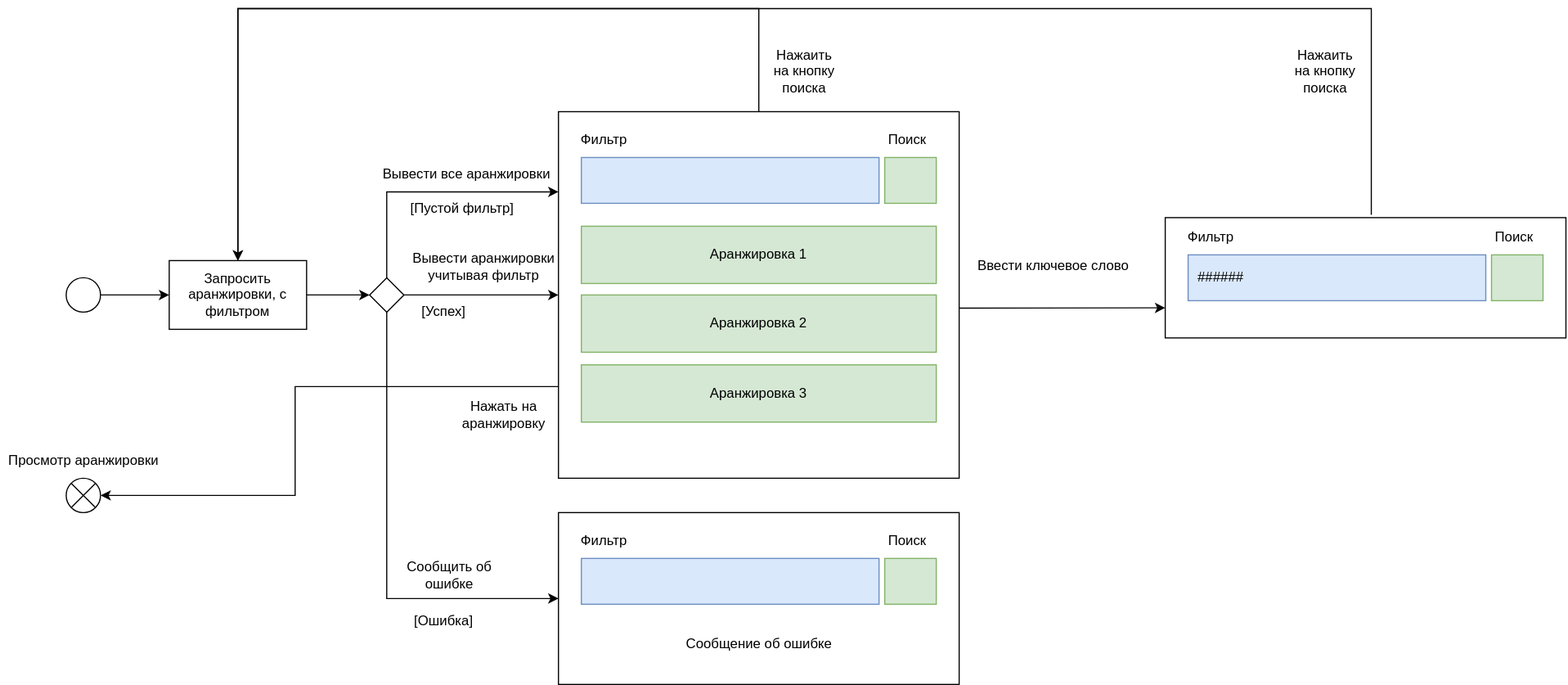
job-modelware-ru/it-2024 keeps this draw.io diagram as team-06/search_ui.drawio.svg. Above is the earlier version. Source tidied: cells renumbered, new cells last; positions are measured from the earlier drawing's top-left corner, leaving out a move shared by most shapes.
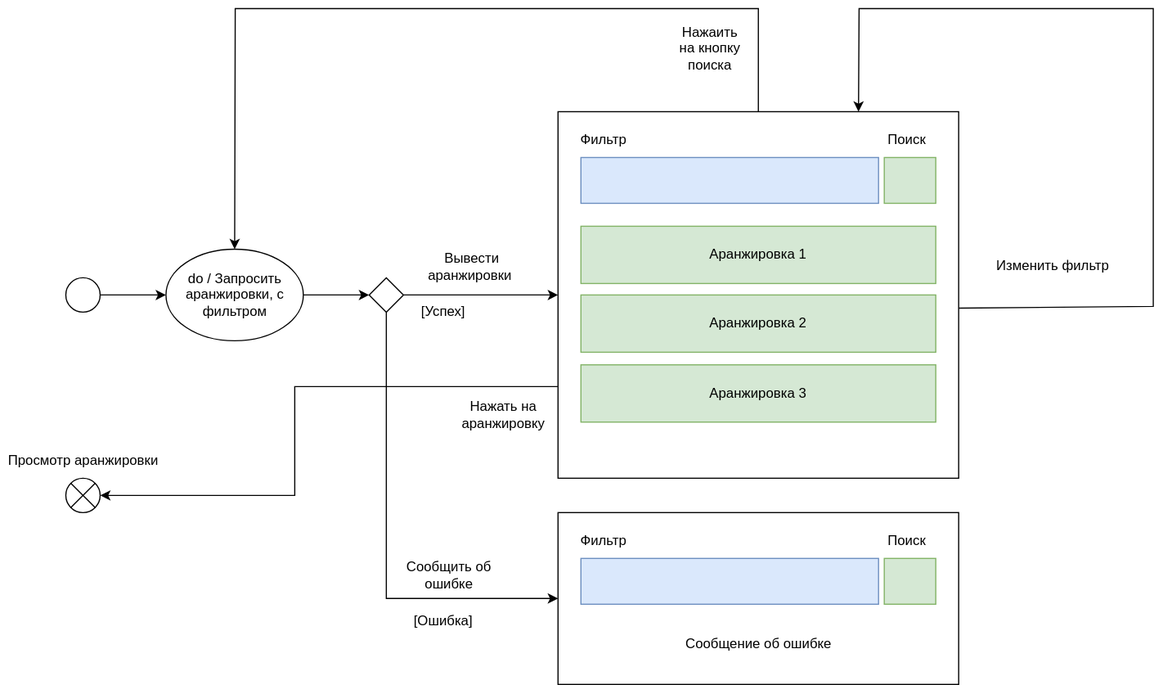
Above is the later version.

Commit message:
team-06: view_arrangement_activity_diagram fix & search_ui fix

What changed in the source:
```diff
@@ -32,8 +32,14 @@
     <mxCell id="11" value="Фильтр" style="text;html=1;align=center;verticalAlign=middle;whiteSpace=wrap;rounded=0;" parent="1" vertex="1">
       <mxGeometry x="498" y="100" width="60" height="30" as="geometry" />
     </mxCell>
-    <mxCell id="12" style="endArrow=classic;html=1;rounded=0;entryX=0;entryY=0.75;entryDx=0;entryDy=0;exitX=1;exitY=0.536;exitDx=0;exitDy=0;exitPerimeter=0;" parent="1" edge="1" source="4" target="36">
-      <mxGeometry relative="1" as="geometry" />
+    <mxCell id="12" style="endArrow=classic;html=1;rounded=0;exitX=1;exitY=0.536;exitDx=0;exitDy=0;exitPerimeter=0;entryX=0.75;entryY=0;entryDx=0;entryDy=0;" parent="1" edge="1" source="4" target="4">
+      <mxGeometry relative="1" as="geometry">
+        <Array as="points">
+          <mxPoint x="1008" y="260" />
+          <mxPoint x="1008" />
+          <mxPoint x="751" />
+        </Array>
+      </mxGeometry>
     </mxCell>
     <mxCell id="13" style="rounded=0;whiteSpace=wrap;html=1;fillColor=#dae8fc;strokeColor=#6c8ebf;align=left;" parent="1" vertex="1">
       <mxGeometry x="508" y="480" width="260" height="40" as="geometry" />
@@ -47,29 +53,20 @@
     <mxCell id="16" value="Фильтр" style="text;html=1;align=center;verticalAlign=middle;whiteSpace=wrap;rounded=0;" parent="1" vertex="1">
       <mxGeometry x="498" y="450" width="60" height="30" as="geometry" />
     </mxCell>
-    <mxCell id="17" value="Ввести ключевое слово" style="text;html=1;align=center;verticalAlign=middle;whiteSpace=wrap;rounded=0;" parent="1" vertex="1">
+    <mxCell id="17" value="Изменить фильтр" style="text;html=1;align=center;verticalAlign=middle;whiteSpace=wrap;rounded=0;" parent="1" vertex="1">
       <mxGeometry x="848" y="210" width="145" height="30" as="geometry" />
     </mxCell>
     <mxCell id="18" style="rhombus;whiteSpace=wrap;html=1;" parent="1" vertex="1">
       <mxGeometry x="323" y="235" width="30" height="30" as="geometry" />
     </mxCell>
-    <mxCell id="19" value="Запросить аранжировки, с фильтром" style="rounded=0;whiteSpace=wrap;html=1;" parent="1" vertex="1">
-      <mxGeometry x="148" y="220" width="120" height="60" as="geometry" />
-    </mxCell>
-    <mxCell id="20" style="endArrow=classic;html=1;rounded=0;exitX=1;exitY=0.5;exitDx=0;exitDy=0;entryX=0;entryY=0.5;entryDx=0;entryDy=0;" parent="1" edge="1" source="3" target="19">
+    <mxCell id="20" style="endArrow=classic;html=1;rounded=0;exitX=1;exitY=0.5;exitDx=0;exitDy=0;entryX=0;entryY=0.5;entryDx=0;entryDy=0;" parent="1" edge="1" source="3" target="45">
       <mxGeometry relative="1" as="geometry" />
     </mxCell>
     <mxCell id="21" style="endArrow=classic;html=1;rounded=0;exitX=1;exitY=0.5;exitDx=0;exitDy=0;entryX=0;entryY=0.5;entryDx=0;entryDy=0;" parent="1" edge="1" source="18" target="4">
       <mxGeometry relative="1" as="geometry" />
     </mxCell>
-    <mxCell id="22" value="[Пустой фильтр]" style="text;strokeColor=none;fillColor=none;align=left;verticalAlign=middle;spacingLeft=4;spacingRight=4;overflow=hidden;whiteSpace=wrap;html=1;" parent="1" vertex="1">
-      <mxGeometry x="353" y="160" width="110" height="30" as="geometry" />
-    </mxCell>
-    <mxCell id="23" value="Вывести все аранжировки" style="text;html=1;align=center;verticalAlign=middle;whiteSpace=wrap;rounded=0;" parent="1" vertex="1">
-      <mxGeometry x="328" y="130" width="160" height="30" as="geometry" />
-    </mxCell>
-    <mxCell id="24" value="Вывести аранжировки учитывая фильтр" style="text;html=1;align=center;verticalAlign=middle;whiteSpace=wrap;rounded=0;" parent="1" vertex="1">
-      <mxGeometry x="358" y="210" width="130" height="30" as="geometry" />
+    <mxCell id="24" value="Вывести аранжировки&amp;nbsp;" style="text;html=1;align=center;verticalAlign=middle;whiteSpace=wrap;rounded=0;" parent="1" vertex="1">
+      <mxGeometry x="368" y="210" width="90" height="30" as="geometry" />
     </mxCell>
     <mxCell id="25" value="[Успех]" style="text;html=1;align=center;verticalAlign=middle;whiteSpace=wrap;rounded=0;" parent="1" vertex="1">
       <mxGeometry x="358" y="250" width="60" height="30" as="geometry" />
@@ -84,20 +81,13 @@
         </Array>
       </mxGeometry>
     </mxCell>
-    <mxCell id="28" style="endArrow=classic;html=1;rounded=0;exitX=0.5;exitY=0;exitDx=0;exitDy=0;entryX=1;entryY=1;entryDx=0;entryDy=0;" parent="1" edge="1" source="18" target="23">
-      <mxGeometry relative="1" as="geometry">
-        <Array as="points">
-          <mxPoint x="338" y="160" />
-        </Array>
-      </mxGeometry>
-    </mxCell>
     <mxCell id="29" value="[Ошибка]" style="text;html=1;align=center;verticalAlign=middle;whiteSpace=wrap;rounded=0;" parent="1" vertex="1">
       <mxGeometry x="358" y="520" width="60" height="30" as="geometry" />
     </mxCell>
     <mxCell id="30" value="Сообщить об ошибке" style="text;html=1;align=center;verticalAlign=middle;whiteSpace=wrap;rounded=0;" parent="1" vertex="1">
       <mxGeometry x="353" y="480" width="80" height="30" as="geometry" />
     </mxCell>
-    <mxCell id="31" style="endArrow=classic;html=1;rounded=0;exitX=1;exitY=0.5;exitDx=0;exitDy=0;entryX=0;entryY=0.5;entryDx=0;entryDy=0;" parent="1" edge="1" source="19" target="18">
+    <mxCell id="31" style="endArrow=classic;html=1;rounded=0;exitX=1;exitY=0.5;exitDx=0;exitDy=0;entryX=0;entryY=0.5;entryDx=0;entryDy=0;" parent="1" edge="1" source="45" target="18">
       <mxGeometry relative="1" as="geometry" />
     </mxCell>
     <mxCell id="32" style="shape=sumEllipse;perimeter=ellipsePerimeter;whiteSpace=wrap;html=1;backgroundOutline=1;" parent="1" vertex="1">
@@ -117,43 +107,19 @@
     <mxCell id="35" value="Нажать на аранжировку" style="text;html=1;align=center;verticalAlign=middle;whiteSpace=wrap;rounded=0;" parent="1" vertex="1">
       <mxGeometry x="408" y="340" width="65" height="30" as="geometry" />
     </mxCell>
-    <mxCell id="36" style="rounded=0;whiteSpace=wrap;html=1;" parent="1" vertex="1">
-      <mxGeometry x="1018" y="182.5" width="350" height="105" as="geometry" />
-    </mxCell>
-    <mxCell id="37" value="&amp;nbsp; ######&amp;nbsp;" style="rounded=0;whiteSpace=wrap;html=1;fillColor=#dae8fc;strokeColor=#6c8ebf;align=left;" parent="1" vertex="1">
-      <mxGeometry x="1038" y="215" width="260" height="40" as="geometry" />
-    </mxCell>
-    <mxCell id="38" value="Поиск" style="text;html=1;align=center;verticalAlign=middle;whiteSpace=wrap;rounded=0;" parent="1" vertex="1">
-      <mxGeometry x="1293" y="185" width="60" height="30" as="geometry" />
-    </mxCell>
-    <mxCell id="39" style="rounded=0;whiteSpace=wrap;html=1;fillColor=#d5e8d4;strokeColor=#82b366;" parent="1" vertex="1">
-      <mxGeometry x="1303" y="215" width="45" height="40" as="geometry" />
-    </mxCell>
-    <mxCell id="40" value="Фильтр" style="text;html=1;align=center;verticalAlign=middle;whiteSpace=wrap;rounded=0;" parent="1" vertex="1">
-      <mxGeometry x="1028" y="185" width="60" height="30" as="geometry" />
-    </mxCell>
-    <mxCell id="41" style="endArrow=classic;html=1;rounded=0;entryX=0.5;entryY=0;entryDx=0;entryDy=0;" parent="1" edge="1" target="19">
-      <mxGeometry relative="1" as="geometry">
-        <mxPoint x="1198" y="180" as="sourcePoint" />
-        <Array as="points">
-          <mxPoint x="1198" />
-          <mxPoint x="208" />
-        </Array>
-      </mxGeometry>
-    </mxCell>
-    <mxCell id="42" style="endArrow=classic;html=1;rounded=0;exitX=0.5;exitY=0;exitDx=0;exitDy=0;entryX=0.5;entryY=0;entryDx=0;entryDy=0;" parent="1" edge="1" source="4" target="19">
+    <mxCell id="42" style="endArrow=classic;html=1;rounded=0;exitX=0.5;exitY=0;exitDx=0;exitDy=0;entryX=0.5;entryY=0;entryDx=0;entryDy=0;" parent="1" edge="1" source="4" target="45">
       <mxGeometry relative="1" as="geometry">
         <Array as="points">
           <mxPoint x="663" />
-          <mxPoint x="208" />
+          <mxPoint x="206" />
         </Array>
       </mxGeometry>
     </mxCell>
-    <mxCell id="43" value="Нажаить на кнопку поиска" style="text;html=1;align=center;verticalAlign=middle;whiteSpace=wrap;rounded=0;" parent="1" vertex="1">
-      <mxGeometry x="1128" y="40" width="60" height="30" as="geometry" />
-    </mxCell>
     <mxCell id="44" value="Нажаить на кнопку поиска" style="text;html=1;align=center;verticalAlign=middle;whiteSpace=wrap;rounded=0;" parent="1" vertex="1">
-      <mxGeometry x="673" y="40" width="60" height="30" as="geometry" />
+      <mxGeometry x="590.5" y="20" width="60" height="30" as="geometry" />
     </mxCell>
+    <mxCell id="45" value="do / Запросить аранжировки, с фильтром" style="ellipse;whiteSpace=wrap;html=1;" parent="1" vertex="1">
+      <mxGeometry x="145.5" y="210" width="120" height="80" as="geometry" />
+    </mxCell>
   </root>
 </mxGraphModel>
```
